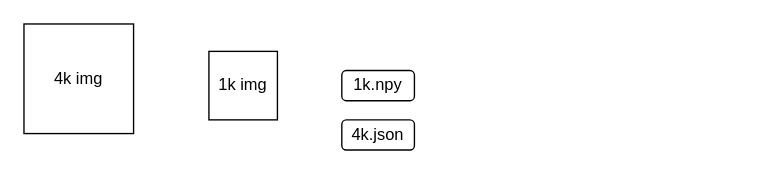
Above: test.drawio in jinxianwei/drawio (draw.io), before the change. Source tidied: cells renumbered, new cells numbered last; positions are measured from the earlier drawing's top-left corner, leaving out a move shared by most shapes. Both pictures are drawn from the tidied source at 137%, with x=0, y=0 at pixel (23, 23).
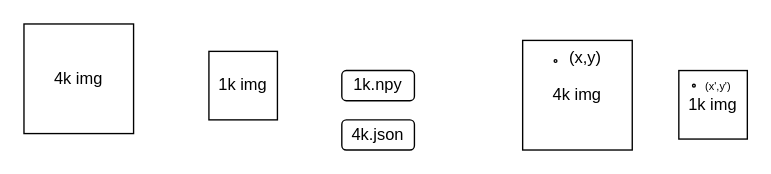
After the change.

What changed in the source:
```diff
@@
 <mxGraphModel>
   <root>
     <mxCell id="0" />
     <mxCell id="1" parent="0" />
     <mxCell id="2" value="4k img" style="whiteSpace=wrap;html=1;" parent="1" vertex="1">
       <mxGeometry width="80" height="80" as="geometry" />
     </mxCell>
     <mxCell id="3" value="1k img" style="whiteSpace=wrap;html=1;" parent="1" vertex="1">
       <mxGeometry x="135" y="20" width="50" height="50" as="geometry" />
     </mxCell>
     <mxCell id="4" value="1k.npy" style="rounded=1;whiteSpace=wrap;html=1;" parent="1" vertex="1">
       <mxGeometry x="232" y="34" width="53" height="22" as="geometry" />
     </mxCell>
     <mxCell id="5" value="4k.json" style="rounded=1;whiteSpace=wrap;html=1;" parent="1" vertex="1">
       <mxGeometry x="232" y="70" width="53" height="22" as="geometry" />
     </mxCell>
+    <mxCell id="6" value="4k img" style="whiteSpace=wrap;html=1;" parent="1" vertex="1">
+      <mxGeometry x="364" y="12" width="80" height="80" as="geometry" />
+    </mxCell>
+    <mxCell id="7" style="ellipse;whiteSpace=wrap;html=1;" parent="1" vertex="1">
+      <mxGeometry x="387" y="26" width="2" height="2" as="geometry" />
+    </mxCell>
+    <mxCell id="8" value="(x,y)" style="text;html=1;align=center;verticalAlign=middle;whiteSpace=wrap;rounded=0;" parent="1" vertex="1">
+      <mxGeometry x="380" y="10" width="60" height="30" as="geometry" />
+    </mxCell>
+    <mxCell id="9" value="1k img" style="whiteSpace=wrap;html=1;" parent="1" vertex="1">
+      <mxGeometry x="478" y="34" width="50" height="50" as="geometry" />
+    </mxCell>
+    <mxCell id="10" value="&lt;font style=&quot;font-size: 8px;&quot;&gt;(x',y')&lt;/font&gt;" style="text;html=1;align=center;verticalAlign=middle;whiteSpace=wrap;rounded=0;" parent="1" vertex="1">
+      <mxGeometry x="488" y="36" width="38" height="18" as="geometry" />
+    </mxCell>
+    <mxCell id="11" style="ellipse;whiteSpace=wrap;html=1;" parent="1" vertex="1">
+      <mxGeometry x="488" y="44" width="2" height="2" as="geometry" />
+    </mxCell>
   </root>
 </mxGraphModel>
```
